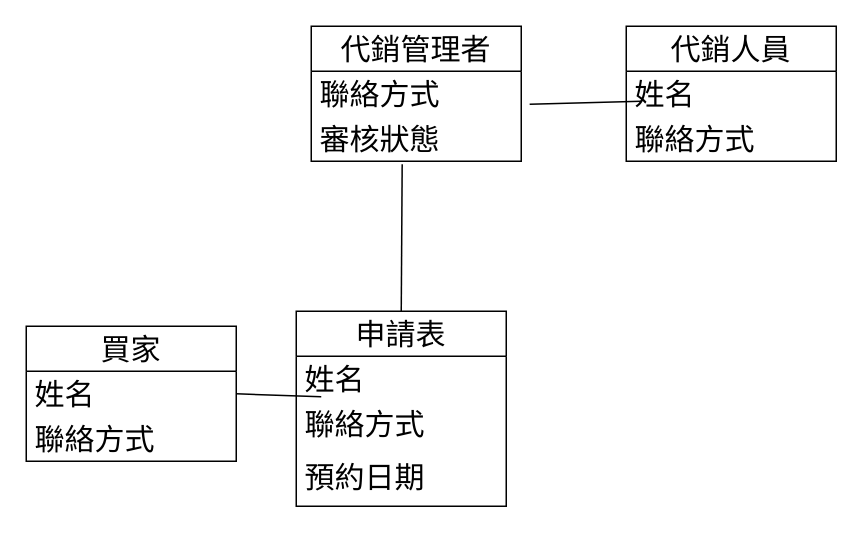
Before: page "1d" (2 of 4) of answer.drawio in mina08100722/112-2Mid, a draw.io diagram. Source tidied: cells renumbered, new cells numbered last; positions are measured from the earlier drawing's top-left corner, leaving out a move shared by most shapes. Both pictures are drawn from the tidied source at 150%, with x=0, y=0 at pixel (26, 26).
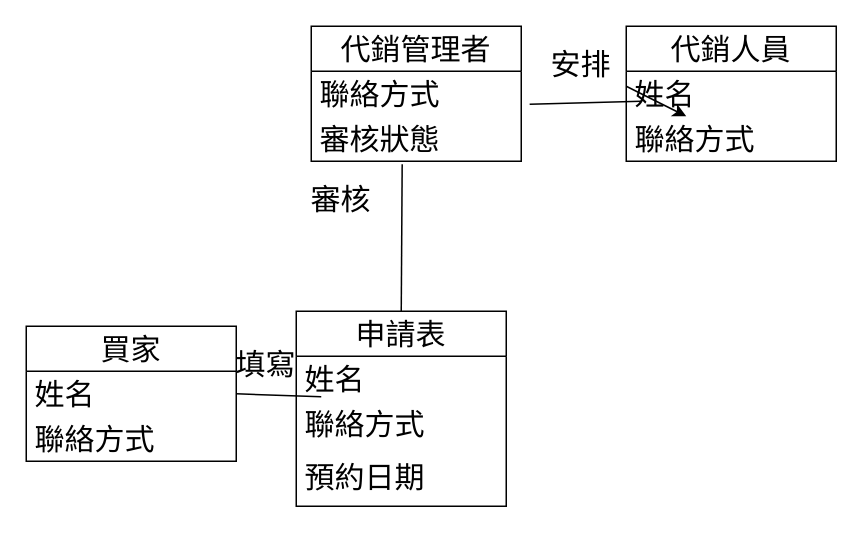
After the change.

Unchanged cells that the change refers to:
```xml
<mxCell id="14" value="聯絡方式" style="text;strokeColor=none;fillColor=none;align=left;verticalAlign=middle;spacingLeft=4;spacingRight=4;overflow=hidden;points=[[0,0.5],[1,0.5]];portConstraint=eastwest;whiteSpace=wrap;html=1;fontSize=20;" parent="12" vertex="1">
  <mxGeometry y="60" width="140" height="30" as="geometry" />
</mxCell>
```

Diff of the diagram source:
```diff
@@
+    <mxCell id="18" value="審核" style="text;html=1;strokeColor=none;fillColor=none;align=center;verticalAlign=middle;whiteSpace=wrap;rounded=0;fontSize=20;" parent="1" vertex="1">
+      <mxGeometry x="180" y="100" width="60" height="30" as="geometry" />
+    </mxCell>
+    <mxCell id="19" style="edgeStyle=none;html=1;fontSize=20;" parent="1" edge="1" source="20" target="14">
+      <mxGeometry relative="1" as="geometry" />
+    </mxCell>
+    <mxCell id="20" value="安排" style="text;html=1;strokeColor=none;fillColor=none;align=center;verticalAlign=middle;whiteSpace=wrap;rounded=0;fontSize=20;" parent="1" vertex="1">
+      <mxGeometry x="340" y="10" width="60" height="30" as="geometry" />
+    </mxCell>
+    <mxCell id="21" value="填寫" style="text;html=1;strokeColor=none;fillColor=none;align=center;verticalAlign=middle;whiteSpace=wrap;rounded=0;fontSize=20;" parent="1" vertex="1">
+      <mxGeometry x="130" y="210" width="60" height="30" as="geometry" />
+    </mxCell>
```
